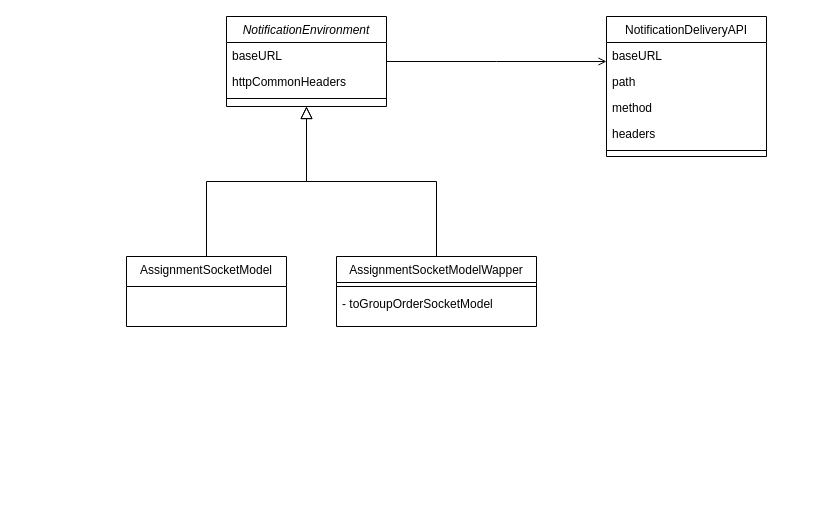
KyriosArk/KYHooker keeps this draw.io diagram as Untitled Diagram.drawio. Above is the earlier version. Source tidied: cells renumbered, new cells numbered last; positions are measured from the earlier drawing's top-left corner, leaving out a move shared by most shapes. Both pictures are drawn from the tidied source at 100%, with x=0, y=0 at pixel (126, 16).
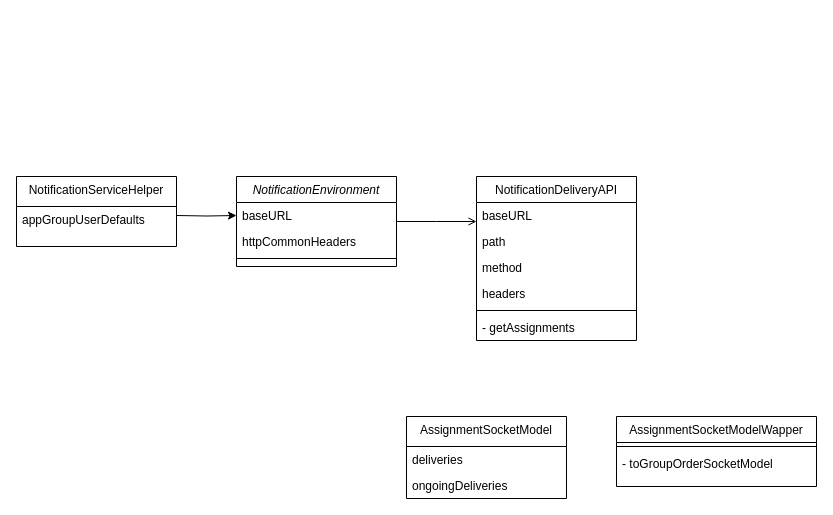
The same diagram, later.

The change refers to these unchanged cells:
```xml
<mxCell id="3" value="baseURL" style="text;align=left;verticalAlign=top;spacingLeft=4;spacingRight=4;overflow=hidden;points=[[0,0.5],[1,0.5]];portConstraint=eastwest;" parent="2" vertex="1">
  <mxGeometry y="26" width="160" height="26" as="geometry" />
</mxCell>
```

Change to the diagram source:
```diff
@@
     <mxCell id="2" value="NotificationEnvironment" style="swimlane;fontStyle=2;align=center;verticalAlign=top;horizontal=1;startSize=26;rounded=0;shadow=0;strokeWidth=1;" parent="1" vertex="1">
-      <mxGeometry x="100" width="160" height="90" as="geometry" />
+      <mxGeometry x="110" y="160" width="160" height="90" as="geometry" />
     </mxCell>
@@
     <mxCell id="6" value="AssignmentSocketModel" style="swimlane;fontStyle=0;align=center;verticalAlign=top;horizontal=1;startSize=30;rounded=0;shadow=0;strokeWidth=1;" parent="1" vertex="1">
-      <mxGeometry y="240" width="160" height="70" as="geometry" />
+      <mxGeometry x="280" y="400" width="160" height="82" as="geometry" />
     </mxCell>
-    <mxCell id="7" style="endArrow=block;endSize=10;endFill=0;shadow=0;strokeWidth=1;rounded=0;edgeStyle=elbowEdgeStyle;elbow=vertical;" parent="1" edge="1" source="6" target="2">
-      <mxGeometry relative="1" as="geometry" />
-    </mxCell>
+    <mxCell id="19" value="deliveries" style="text;align=left;verticalAlign=top;spacingLeft=4;spacingRight=4;overflow=hidden;rounded=0;shadow=0;html=0;" parent="6" vertex="1">
+      <mxGeometry y="30" width="160" height="26" as="geometry" />
+    </mxCell>
+    <mxCell id="20" value="ongoingDeliveries" style="text;align=left;verticalAlign=top;spacingLeft=4;spacingRight=4;overflow=hidden;rounded=0;shadow=0;html=0;" parent="6" vertex="1">
+      <mxGeometry y="56" width="160" height="26" as="geometry" />
+    </mxCell>
     <mxCell id="8" value="AssignmentSocketModelWapper" style="swimlane;fontStyle=0;align=center;verticalAlign=top;horizontal=1;startSize=26;rounded=0;shadow=0;strokeWidth=1;" parent="1" vertex="1">
-      <mxGeometry x="210" y="240" width="200" height="70" as="geometry" />
+      <mxGeometry x="490" y="400" width="200" height="70" as="geometry" />
     </mxCell>
@@
-    <mxCell id="11" style="endArrow=block;endSize=10;endFill=0;shadow=0;strokeWidth=1;rounded=0;edgeStyle=elbowEdgeStyle;elbow=vertical;" parent="1" edge="1" source="8" target="2">
-      <mxGeometry relative="1" as="geometry" />
-    </mxCell>
     <mxCell id="12" value="NotificationDeliveryAPI" style="swimlane;fontStyle=0;align=center;verticalAlign=top;horizontal=1;startSize=26;rounded=0;shadow=0;strokeWidth=1;" parent="1" vertex="1">
-      <mxGeometry x="480" width="160" height="140" as="geometry" />
+      <mxGeometry x="350" y="160" width="160" height="164" as="geometry" />
     </mxCell>
@@
+    <mxCell id="21" value="- getAssignments" style="text;align=left;verticalAlign=top;spacingLeft=4;spacingRight=4;overflow=hidden;rounded=0;shadow=0;html=0;" parent="12" vertex="1">
+      <mxGeometry y="138" width="160" height="26" as="geometry" />
+    </mxCell>
@@
+    <mxCell id="22" value="NotificationServiceHelper" style="swimlane;fontStyle=0;align=center;verticalAlign=top;horizontal=1;startSize=30;rounded=0;shadow=0;strokeWidth=1;" parent="1" vertex="1">
+      <mxGeometry x="-110" y="160" width="160" height="70" as="geometry" />
+    </mxCell>
+    <mxCell id="23" value="appGroupUserDefaults" style="text;align=left;verticalAlign=top;spacingLeft=4;spacingRight=4;overflow=hidden;" parent="22" vertex="1">
+      <mxGeometry y="30" width="160" height="26" as="geometry" />
+    </mxCell>
+    <mxCell id="24" style="edgeStyle=orthogonalEdgeStyle;rounded=0;jettySize=auto;html=1;entryX=0;entryY=0.5;entryDx=0;entryDy=0;" parent="1" edge="1" target="3">
+      <mxGeometry relative="1" as="geometry">
+        <mxPoint x="50" y="199" as="sourcePoint" />
+      </mxGeometry>
+    </mxCell>
```
